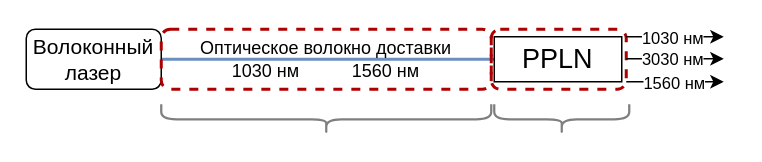
The draw.io diagram Presentation/images/problem.drawio in 3dsoundfromtagan/Russian-Phd-LaTeX-Dissertation-Template, before the edit. Source tidied: cells renumbered, new cells numbered last; positions are measured from the earlier drawing's top-left corner, leaving out a move shared by most shapes. Both pictures are drawn from the tidied source at 150%, with x=0, y=0 at pixel (26, -46).
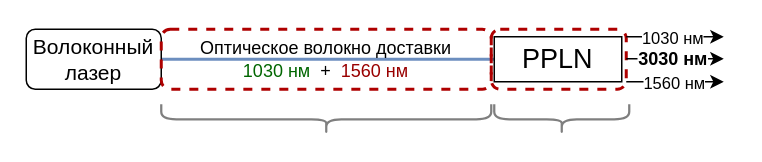
The same page after the edit.

What changed in the source:
```diff
@@
 <mxGraphModel>
   <root>
     <mxCell id="0" />
     <mxCell id="1" parent="0" />
     <mxCell id="2" style="edgeStyle=orthogonalEdgeStyle;rounded=0;jettySize=auto;html=1;exitX=1;exitY=0.5;exitDx=0;exitDy=0;entryX=0;entryY=0.5;entryDx=0;entryDy=0;fillColor=#dae8fc;strokeColor=#6c8ebf;endArrow=none;endFill=0;strokeWidth=2;" parent="1" edge="1" source="3" target="6">
       <mxGeometry relative="1" as="geometry" />
     </mxCell>
     <mxCell id="3" value="&lt;font style=&quot;font-size: 14px;&quot;&gt;Волоконный&lt;/font&gt;&lt;div&gt;&lt;font style=&quot;font-size: 14px;&quot;&gt;лазер&lt;/font&gt;&lt;/div&gt;" style="rounded=1;whiteSpace=wrap;html=1;" parent="1" vertex="1">
       <mxGeometry y="50" width="90" height="40" as="geometry" />
     </mxCell>
-    <mxCell id="4" value="Оптическое волокно доставки&lt;div&gt;1030 нм&lt;span style=&quot;white-space: pre;&quot;&gt;&#9;&lt;/span&gt;&lt;span style=&quot;white-space: pre;&quot;&gt;&#9;&lt;/span&gt;1560 нм&lt;/div&gt;" style="whiteSpace=wrap;html=1;rounded=1;dashed=1;fillColor=none;strokeColor=#AE0000;strokeWidth=2;" parent="1" vertex="1">
+    <mxCell id="4" value="Оптическое волокно доставки&lt;div&gt;&lt;font style=&quot;color: rgb(0, 102, 0);&quot;&gt;1030 нм&lt;/font&gt;&amp;nbsp; +&amp;nbsp; &lt;font style=&quot;color: rgb(153, 0, 0);&quot;&gt;1560 нм&lt;/font&gt;&lt;/div&gt;" style="whiteSpace=wrap;html=1;rounded=1;dashed=1;fillColor=none;strokeColor=#AE0000;strokeWidth=2;" parent="1" vertex="1">
       <mxGeometry x="90" y="50" width="220" height="40" as="geometry" />
     </mxCell>
     <mxCell id="5" style="whiteSpace=wrap;html=1;rounded=1;dashed=1;fillColor=none;strokeColor=#AE0000;strokeWidth=2;" parent="1" vertex="1">
       <mxGeometry x="310" y="50" width="90" height="40" as="geometry" />
     </mxCell>
     <mxCell id="6" value="&lt;font style=&quot;font-size: 18px;&quot;&gt;PPLN&lt;/font&gt;" style="rounded=0;whiteSpace=wrap;html=1;" parent="1" vertex="1">
       <mxGeometry x="312" y="55" width="85" height="30" as="geometry" />
     </mxCell>
     <mxCell id="7" style="endArrow=classic;html=1;rounded=0;" parent="1" edge="1">
       <mxGeometry relative="1" as="geometry">
         <mxPoint x="400" y="55" as="sourcePoint" />
         <mxPoint x="465" y="55" as="targetPoint" />
       </mxGeometry>
     </mxCell>
     <mxCell id="8" value="1030 нм" style="edgeLabel;html=1;align=center;verticalAlign=middle;" parent="7" vertex="1">
       <mxGeometry x="0.1" y="2" relative="1" as="geometry">
         <mxPoint x="-6" y="2" as="offset" />
       </mxGeometry>
     </mxCell>
     <mxCell id="9" style="endArrow=classic;html=1;rounded=0;" parent="1" edge="1">
       <mxGeometry relative="1" as="geometry">
         <mxPoint x="400" y="69.7" as="sourcePoint" />
         <mxPoint x="465" y="69.7" as="targetPoint" />
       </mxGeometry>
     </mxCell>
-    <mxCell id="10" value="3030 нм" style="edgeLabel;html=1;align=center;verticalAlign=middle;" parent="9" vertex="1">
+    <mxCell id="10" value="&lt;font style=&quot;font-size: 12px;&quot;&gt;&lt;b&gt;3030 нм&lt;/b&gt;&lt;/font&gt;" style="edgeLabel;html=1;align=center;verticalAlign=middle;" parent="9" vertex="1">
       <mxGeometry x="0.1" y="2" relative="1" as="geometry">
         <mxPoint x="-6" y="2" as="offset" />
       </mxGeometry>
     </mxCell>
     <mxCell id="11" style="endArrow=classic;html=1;rounded=0;" parent="1" edge="1">
       <mxGeometry relative="1" as="geometry">
         <mxPoint x="400" y="85" as="sourcePoint" />
         <mxPoint x="465" y="85" as="targetPoint" />
       </mxGeometry>
     </mxCell>
     <mxCell id="12" value="1560 нм" style="edgeLabel;html=1;align=center;verticalAlign=middle;" parent="11" vertex="1">
       <mxGeometry x="0.31" y="-1" relative="1" as="geometry">
         <mxPoint x="-12" y="-1" as="offset" />
       </mxGeometry>
     </mxCell>
     <mxCell id="13" style="shape=curlyBracket;whiteSpace=wrap;html=1;rounded=1;flipH=1;labelPosition=right;verticalLabelPosition=middle;align=left;verticalAlign=middle;legacyAnchorPoints=0;rotation=90;size=0.5;strokeWidth=1.5;opacity=50;" parent="1" vertex="1">
       <mxGeometry x="190" width="20" height="220" as="geometry" />
     </mxCell>
     <mxCell id="14" style="shape=curlyBracket;whiteSpace=wrap;html=1;rounded=1;flipH=1;labelPosition=right;verticalLabelPosition=middle;align=left;verticalAlign=middle;legacyAnchorPoints=0;rotation=90;size=0.5;strokeWidth=1.5;opacity=50;" parent="1" vertex="1">
       <mxGeometry x="347" y="65" width="20" height="90" as="geometry" />
     </mxCell>
   </root>
 </mxGraphModel>
```
